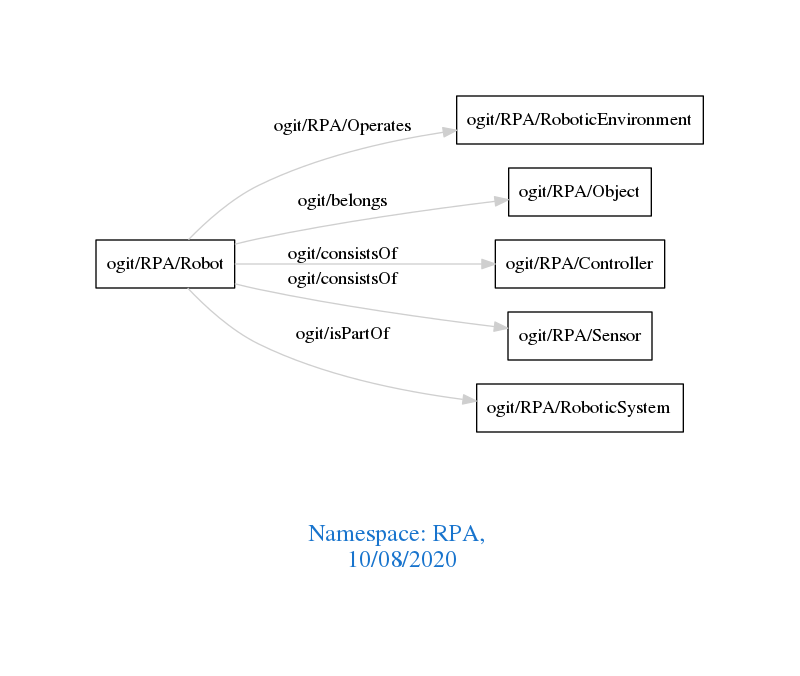
The Graphviz diagram downloads/RPA.png in arago/OGIT, before a commit. Its source is kept beside it as downloads/RPA.dot.
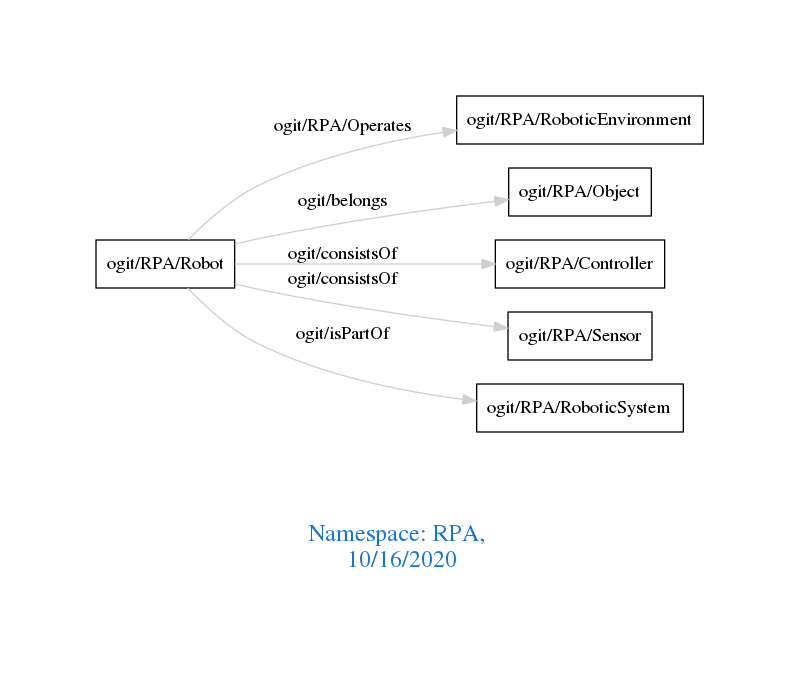
The same diagram one commit later.

The edit, as a diff of the source:
```diff
@@ -1,7 +1,7 @@
 digraph OGIT_ontology {
  graph [ rankdir= LR,pad=1
 fontsize = 18,
-fontcolor= dodgerblue3,label = "\n\n\nNamespace: RPA, \n 10/08/2020"];
+fontcolor= dodgerblue3,label = "\n\n\nNamespace: RPA, \n 10/16/2020"];
 node[shape=polygon];
 edge [  color="gray81"];
 
```
